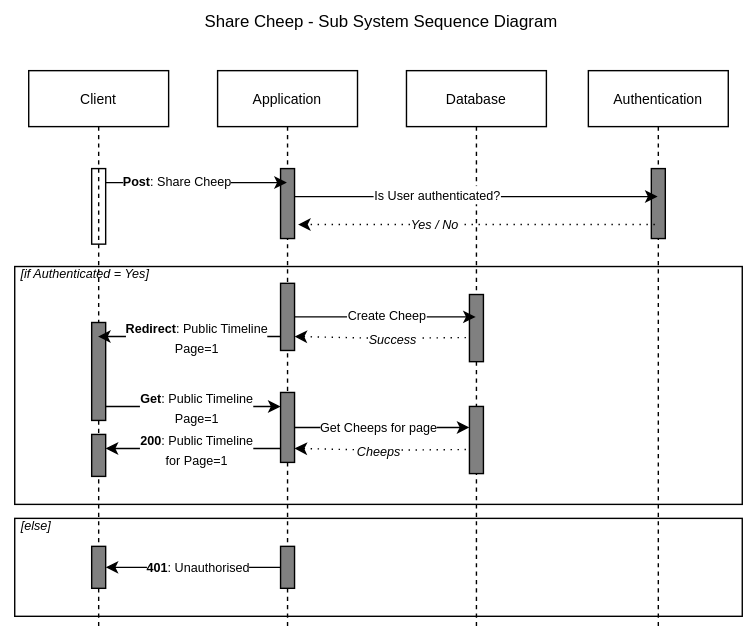
ITU-BDSA23-GROUP22/Chirp keeps this draw.io diagram as docs/Diagrams/SubSystemSequenceDiagramShareCheep.drawio.svg. Above is the earlier version. Source tidied: cells renumbered, new cells last; positions are measured from the earlier drawing's top-left corner, leaving out a move shared by most shapes.
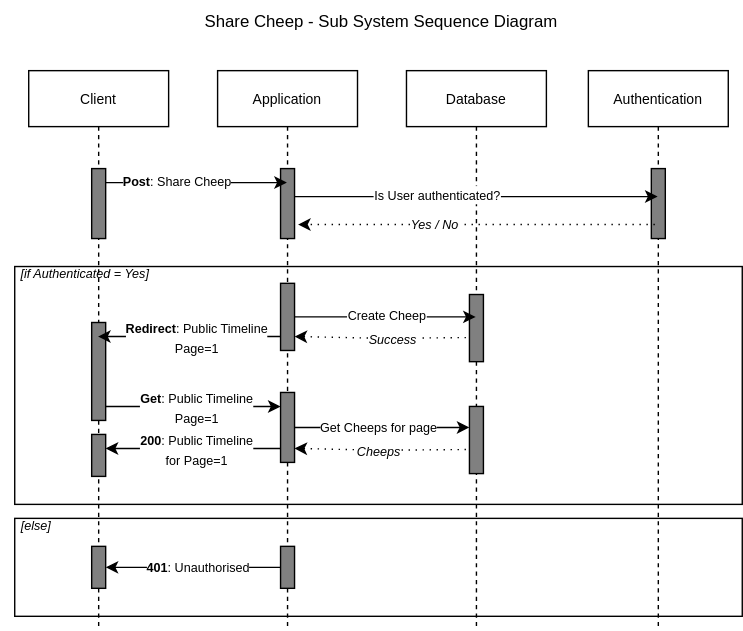
After the commit.

Commit message:
changed fill of box SubSystemSequenceDiagramShareCheep.drawio.svg

The edit, as a diff of the source:
```diff
@@ -26,9 +26,6 @@
     <mxCell id="9" value="Client" style="shape=umlLifeline;perimeter=lifelinePerimeter;whiteSpace=wrap;html=1;outlineConnect=0;portConstraint=eastwest;newEdgeStyle={&quot;edgeStyle&quot;:&quot;elbowEdgeStyle&quot;,&quot;elbow&quot;:&quot;vertical&quot;,&quot;curved&quot;:0,&quot;rounded&quot;:0};align=center;verticalAlign=middle;fontFamily=Helvetica;fontSize=10;fontColor=default;fillColor=none;gradientColor=none;" parent="1" vertex="1">
       <mxGeometry x="20" y="50" width="100" height="400" as="geometry" />
     </mxCell>
-    <mxCell id="10" style="html=1;perimeter=orthogonalPerimeter;targetShapes=umlLifeline;newEdgeStyle={&quot;curved&quot;:0,&quot;rounded&quot;:0};align=center;verticalAlign=middle;fontFamily=Helvetica;fontSize=10;fontColor=default;fillColor=none;gradientColor=none;" parent="9" vertex="1">
-      <mxGeometry x="45" y="70" width="10" height="54" as="geometry" />
-    </mxCell>
     <mxCell id="11" style="html=1;points=[[0,0,0,0,5],[0,1,0,0,-5],[1,0,0,0,5],[1,1,0,0,-5]];perimeter=orthogonalPerimeter;outlineConnect=0;targetShapes=umlLifeline;portConstraint=eastwest;newEdgeStyle={&quot;curved&quot;:0,&quot;rounded&quot;:0};fillColor=#808080;align=center;verticalAlign=middle;fontFamily=Helvetica;fontSize=10;fontColor=default;" parent="9" vertex="1">
       <mxGeometry x="45" y="180" width="10" height="70" as="geometry" />
     </mxCell>
@@ -38,6 +35,9 @@
     <mxCell id="13" style="html=1;points=[[0,0,0,0,5],[0,1,0,0,-5],[1,0,0,0,5],[1,1,0,0,-5]];perimeter=orthogonalPerimeter;outlineConnect=0;targetShapes=umlLifeline;portConstraint=eastwest;newEdgeStyle={&quot;curved&quot;:0,&quot;rounded&quot;:0};fillColor=#808080;align=center;verticalAlign=middle;fontFamily=Helvetica;fontSize=10;fontColor=default;" parent="9" vertex="1">
       <mxGeometry x="45" y="340" width="10" height="30" as="geometry" />
     </mxCell>
+    <mxCell id="44" style="html=1;perimeter=orthogonalPerimeter;targetShapes=umlLifeline;newEdgeStyle={&quot;curved&quot;:0,&quot;rounded&quot;:0};fillColor=#808080;align=center;verticalAlign=middle;fontFamily=Helvetica;fontSize=10;fontColor=default;" parent="9" vertex="1">
+      <mxGeometry x="45" y="70" width="10" height="50" as="geometry" />
+    </mxCell>
     <mxCell id="14" style="edgeStyle=none;shape=connector;rounded=0;orthogonalLoop=1;jettySize=auto;html=1;curved=0;labelBackgroundColor=default;strokeColor=default;align=center;verticalAlign=middle;fontFamily=Helvetica;fontSize=10;fontColor=default;endArrow=classic;" parent="1" edge="1">
       <mxGeometry relative="1" as="geometry">
         <mxPoint x="75" y="130" as="sourcePoint" />
```
